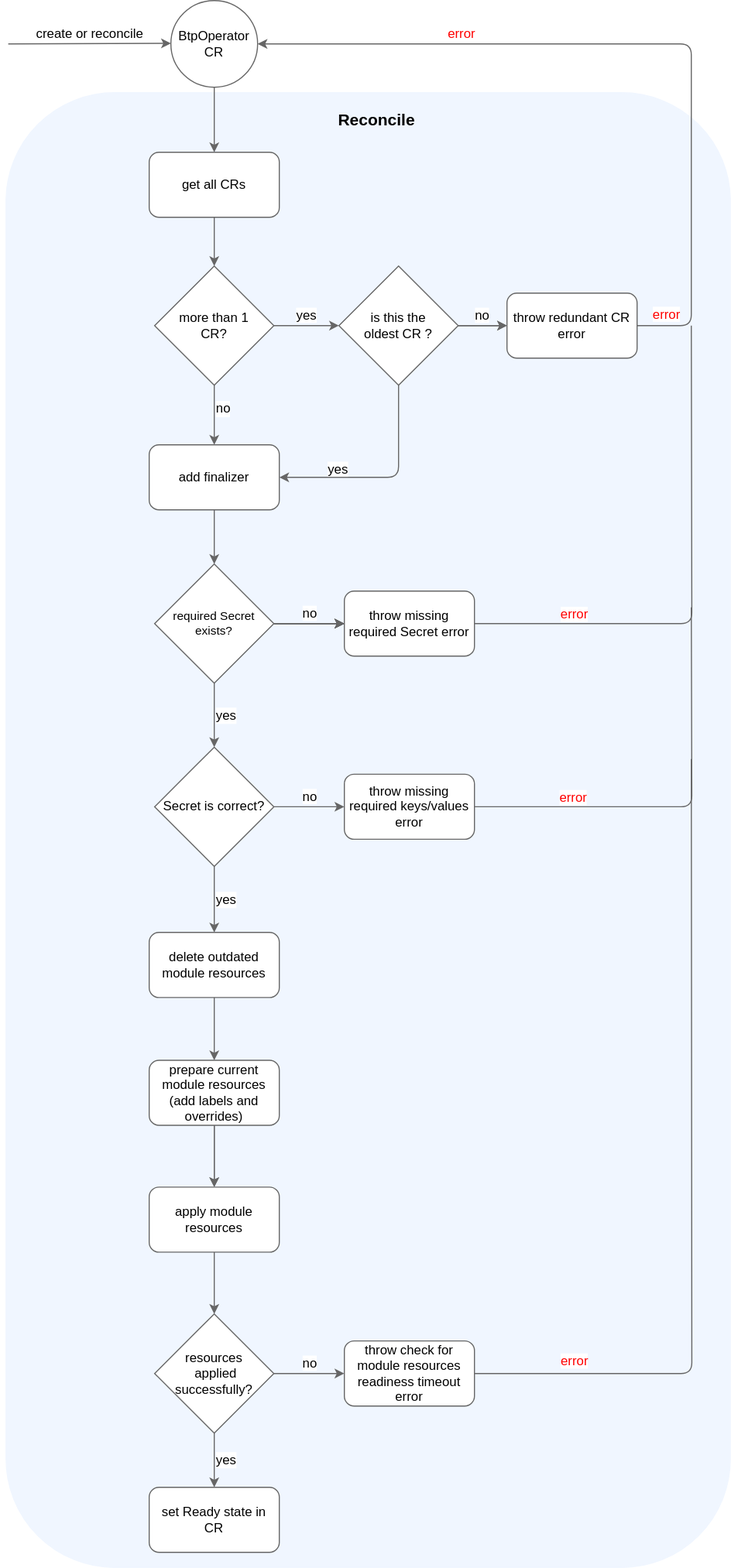
This is docs/assets/provisioning.svg from kyma-project/btp-manager, a draw.io export, as it was before one commit. Source tidied: cells renumbered, new cells last; positions are measured from the earlier drawing's top-left corner, leaving out a move shared by most shapes.
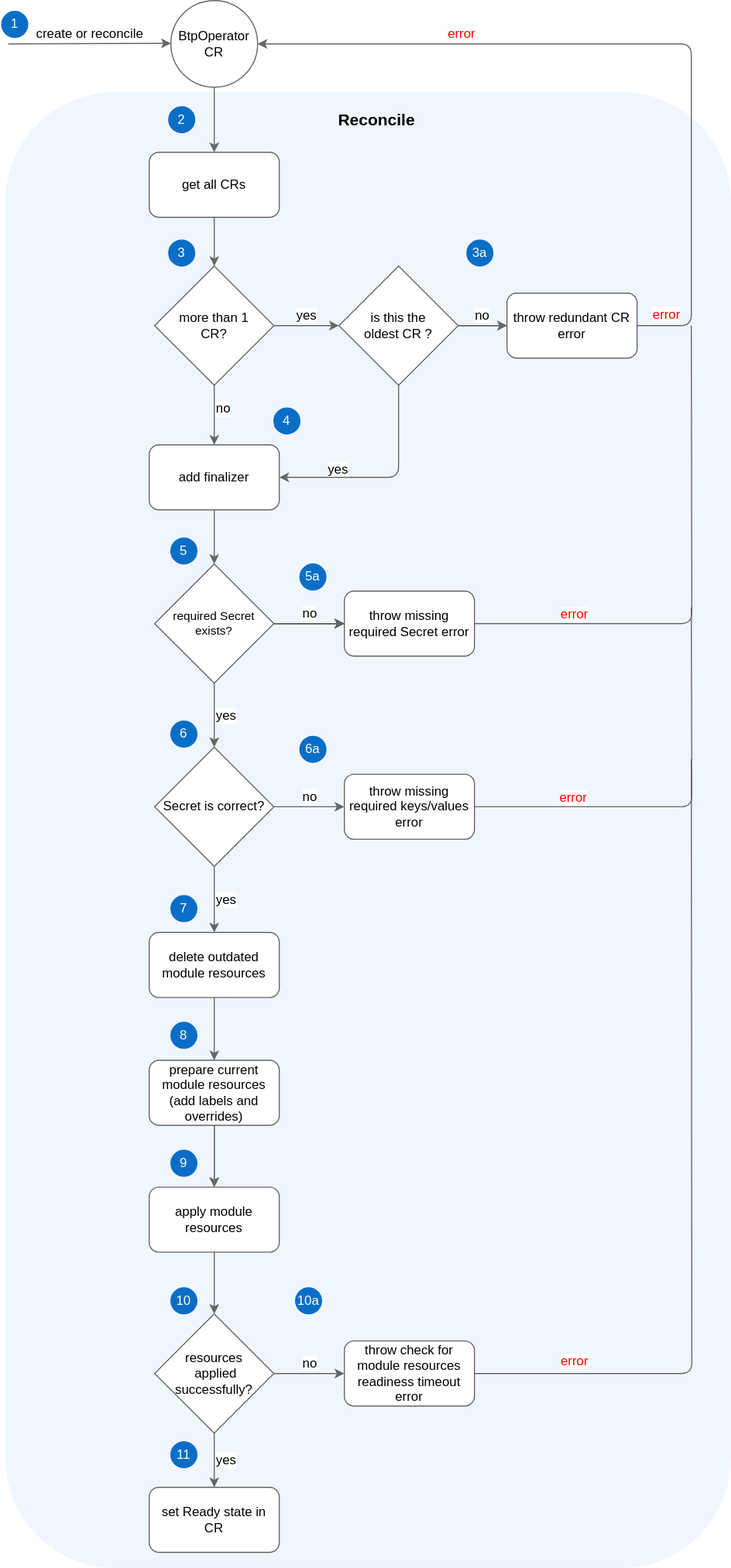
After the change.

What changed in the source:
```diff
@@ -179,5 +179,50 @@
     <mxCell id="50" value="&lt;font style=&quot;font-size: 15px;&quot;&gt;&lt;b&gt;Reconcile&lt;/b&gt;&lt;/font&gt;" style="text;html=1;strokeColor=none;fillColor=none;align=center;verticalAlign=middle;whiteSpace=wrap;rounded=0;" parent="1" vertex="1">
       <mxGeometry x="312" y="95" width="60" height="30" as="geometry" />
     </mxCell>
+    <mxCell id="51" value="&lt;font color=&quot;#ffffff&quot;&gt;1&lt;/font&gt;" style="ellipse;whiteSpace=wrap;html=1;fillColor=#0a6ec7;strokeColor=#0a6ec7;" parent="1" vertex="1">
+      <mxGeometry x="-4" y="10" width="24" height="24" as="geometry" />
+    </mxCell>
+    <mxCell id="52" value="&lt;font color=&quot;#ffffff&quot;&gt;2&lt;/font&gt;" style="ellipse;whiteSpace=wrap;html=1;fillColor=#0a6ec7;strokeColor=#0a6ec7;" parent="1" vertex="1">
+      <mxGeometry x="150" y="98" width="24" height="24" as="geometry" />
+    </mxCell>
+    <mxCell id="53" value="&lt;font color=&quot;#ffffff&quot;&gt;3&lt;/font&gt;" style="ellipse;whiteSpace=wrap;html=1;fillColor=#0a6ec7;strokeColor=#0a6ec7;" parent="1" vertex="1">
+      <mxGeometry x="150" y="221" width="24" height="24" as="geometry" />
+    </mxCell>
+    <mxCell id="54" value="&lt;font color=&quot;#ffffff&quot;&gt;3a&lt;/font&gt;" style="ellipse;whiteSpace=wrap;html=1;fillColor=#0a6ec7;strokeColor=#0a6ec7;" parent="1" vertex="1">
+      <mxGeometry x="425" y="221" width="24" height="24" as="geometry" />
+    </mxCell>
+    <mxCell id="55" value="&lt;font color=&quot;#ffffff&quot;&gt;4&lt;/font&gt;" style="ellipse;whiteSpace=wrap;html=1;fillColor=#0a6ec7;strokeColor=#0a6ec7;" parent="1" vertex="1">
+      <mxGeometry x="247" y="376" width="24" height="24" as="geometry" />
+    </mxCell>
+    <mxCell id="56" value="&lt;font color=&quot;#ffffff&quot;&gt;5&lt;/font&gt;" style="ellipse;whiteSpace=wrap;html=1;fillColor=#0a6ec7;strokeColor=#0a6ec7;" parent="1" vertex="1">
+      <mxGeometry x="152" y="496" width="24" height="24" as="geometry" />
+    </mxCell>
+    <mxCell id="57" value="&lt;font color=&quot;#ffffff&quot;&gt;5a&lt;/font&gt;" style="ellipse;whiteSpace=wrap;html=1;fillColor=#0a6ec7;strokeColor=#0a6ec7;" parent="1" vertex="1">
+      <mxGeometry x="271" y="520" width="24" height="24" as="geometry" />
+    </mxCell>
+    <mxCell id="58" value="&lt;font color=&quot;#ffffff&quot;&gt;6&lt;/font&gt;" style="ellipse;whiteSpace=wrap;html=1;fillColor=#0a6ec7;strokeColor=#0a6ec7;" parent="1" vertex="1">
+      <mxGeometry x="152" y="665" width="24" height="24" as="geometry" />
+    </mxCell>
+    <mxCell id="59" value="&lt;font color=&quot;#ffffff&quot;&gt;6a&lt;/font&gt;" style="ellipse;whiteSpace=wrap;html=1;fillColor=#0a6ec7;strokeColor=#0a6ec7;" parent="1" vertex="1">
+      <mxGeometry x="271" y="679" width="24" height="24" as="geometry" />
+    </mxCell>
+    <mxCell id="60" value="&lt;font color=&quot;#ffffff&quot;&gt;7&lt;/font&gt;" style="ellipse;whiteSpace=wrap;html=1;fillColor=#0a6ec7;strokeColor=#0a6ec7;" parent="1" vertex="1">
+      <mxGeometry x="152" y="826" width="24" height="24" as="geometry" />
+    </mxCell>
+    <mxCell id="61" value="&lt;font color=&quot;#ffffff&quot;&gt;8&lt;/font&gt;" style="ellipse;whiteSpace=wrap;html=1;fillColor=#0a6ec7;strokeColor=#0a6ec7;" parent="1" vertex="1">
+      <mxGeometry x="152" y="943" width="24" height="24" as="geometry" />
+    </mxCell>
+    <mxCell id="62" value="&lt;font color=&quot;#ffffff&quot;&gt;9&lt;/font&gt;" style="ellipse;whiteSpace=wrap;html=1;fillColor=#0a6ec7;strokeColor=#0a6ec7;" parent="1" vertex="1">
+      <mxGeometry x="152" y="1061" width="24" height="24" as="geometry" />
+    </mxCell>
+    <mxCell id="63" value="&lt;font color=&quot;#ffffff&quot;&gt;10&lt;/font&gt;" style="ellipse;whiteSpace=wrap;html=1;fillColor=#0a6ec7;strokeColor=#0a6ec7;" parent="1" vertex="1">
+      <mxGeometry x="152" y="1188" width="24" height="24" as="geometry" />
+    </mxCell>
+    <mxCell id="64" value="&lt;font color=&quot;#ffffff&quot;&gt;10a&lt;/font&gt;" style="ellipse;whiteSpace=wrap;html=1;fillColor=#0a6ec7;strokeColor=#0a6ec7;" parent="1" vertex="1">
+      <mxGeometry x="267" y="1188" width="24" height="24" as="geometry" />
+    </mxCell>
+    <mxCell id="65" value="&lt;font color=&quot;#ffffff&quot;&gt;11&lt;/font&gt;" style="ellipse;whiteSpace=wrap;html=1;fillColor=#0a6ec7;strokeColor=#0a6ec7;" parent="1" vertex="1">
+      <mxGeometry x="152" y="1330" width="24" height="24" as="geometry" />
+    </mxCell>
   </root>
 </mxGraphModel>
```
